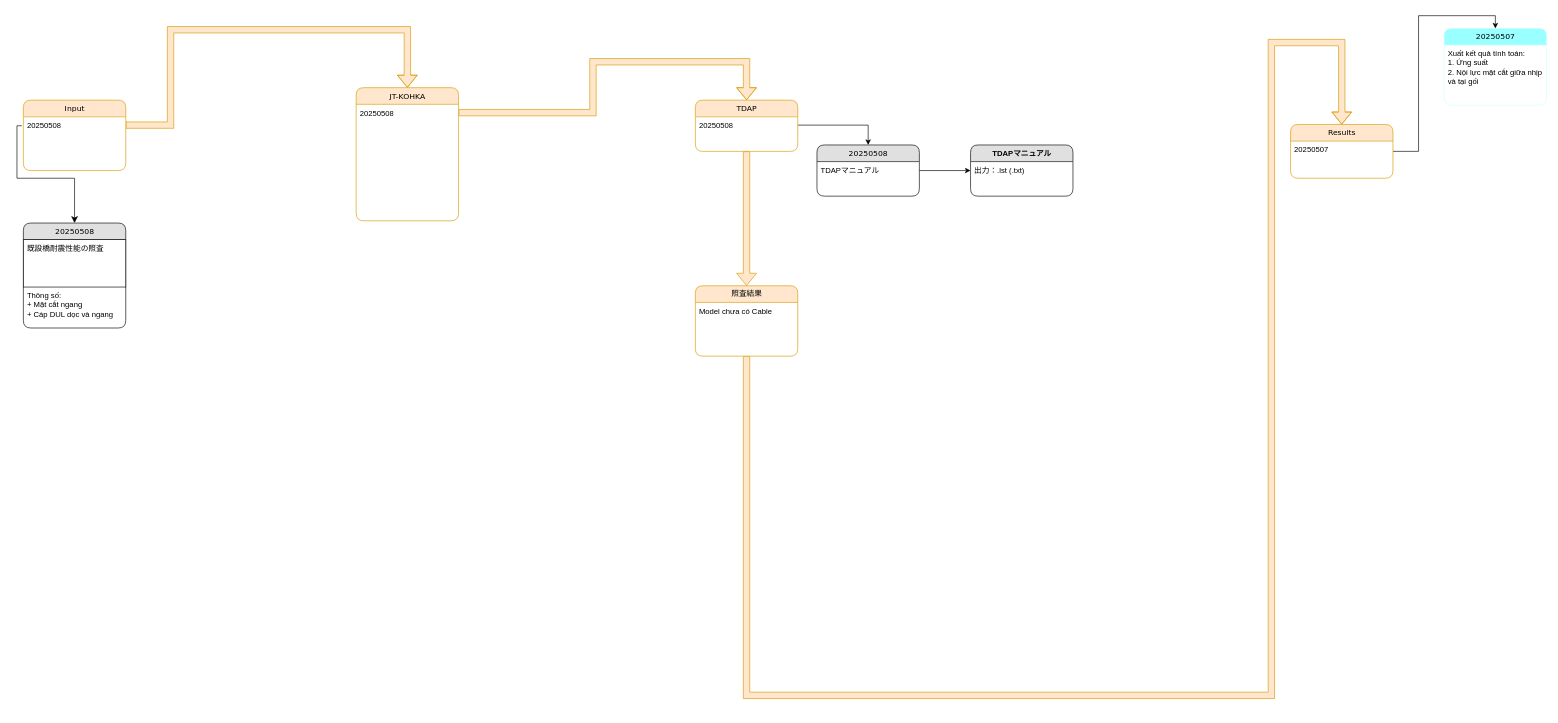
Above: 長大・熊本耐震/耐震設計/Untitled Diagram.drawio in nnh92/Juntos.co (draw.io), before the change. Source tidied: cells renumbered, new cells numbered last; positions are measured from the earlier drawing's top-left corner, leaving out a move shared by most shapes. Both pictures are drawn from the tidied source at 64%, with x=0, y=0 at pixel (23, 28).
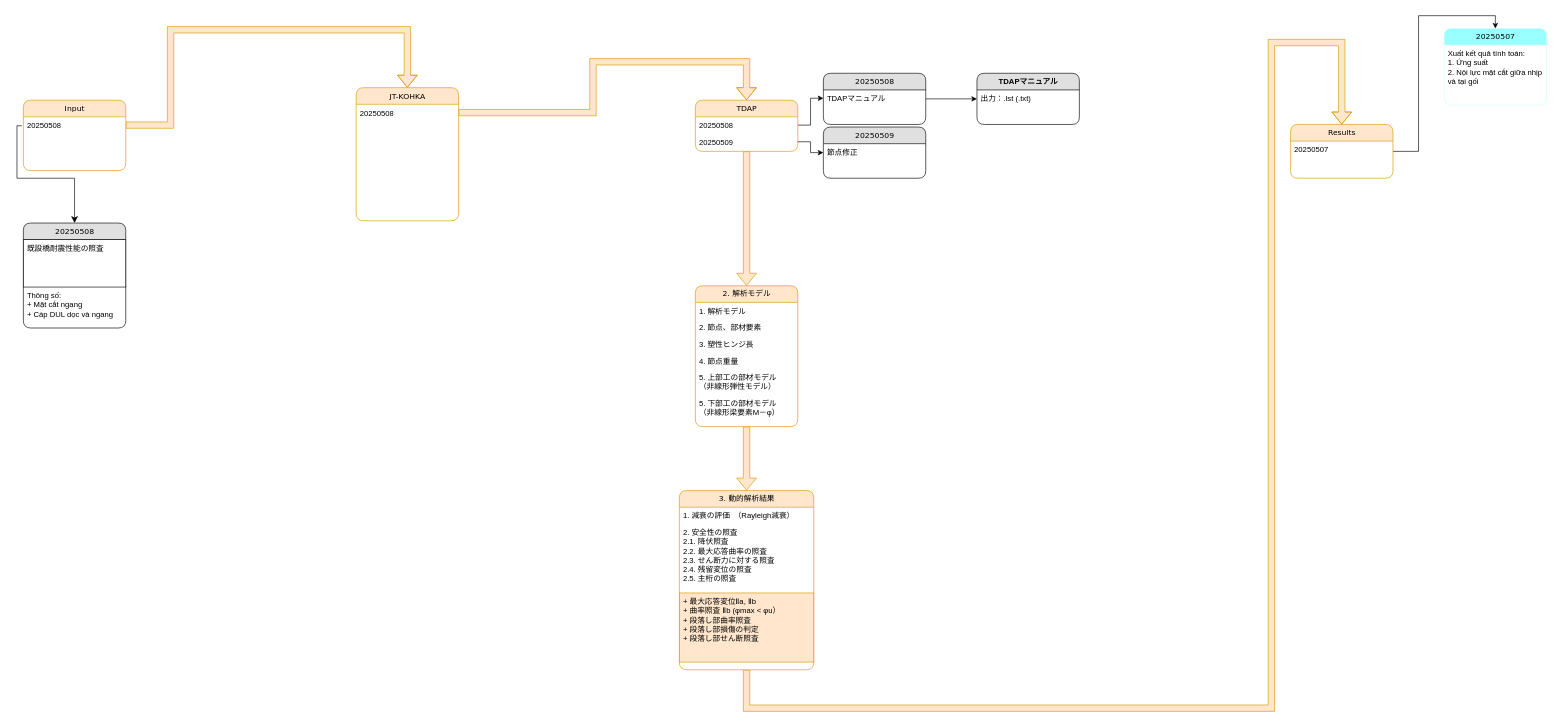
The same page after the edit.

The change refers to these unchanged cells:
```xml
<mxCell id="9" value="Results" style="swimlane;html=1;fontStyle=0;horizontal=1;startSize=26;fillColor=#ffe6cc;swimlaneFillColor=#ffffff;align=center;rounded=1;shadow=0;comic=0;labelBackgroundColor=none;strokeWidth=1;fontFamily=Verdana;fontSize=12;strokeColor=#d79b00;" parent="1" vertex="1">
  <mxGeometry x="1980" y="150" width="160" height="84" as="geometry" />
</mxCell>
<mxCell id="18" value="TDAP" style="swimlane;html=1;fontStyle=0;horizontal=1;startSize=26;fillColor=#ffe6cc;swimlaneFillColor=#ffffff;align=center;rounded=1;shadow=0;comic=0;labelBackgroundColor=none;strokeWidth=1;fontFamily=Verdana;fontSize=12;strokeColor=#d79b00;" parent="1" vertex="1">
  <mxGeometry x="1050" y="112" width="160" height="80" as="geometry" />
</mxCell>
<mxCell id="24" value="TDAPマニュアル" style="text;html=1;strokeColor=none;fillColor=none;spacingLeft=4;spacingRight=4;whiteSpace=wrap;overflow=hidden;points=[[0,0.5],[1,0.5]];portConstraint=eastwest;" parent="23" vertex="1">
  <mxGeometry y="26" width="160" height="26" as="geometry" />
</mxCell>
```

Change to the diagram source:
```diff
@@
-    <mxCell id="12" style="edgeStyle=orthogonalEdgeStyle;html=1;labelBackgroundColor=none;startFill=0;endFill=1;fontFamily=Verdana;fontSize=12;rounded=0;shape=flexArrow;fillColor=#ffe6cc;strokeColor=#d79b00;entryX=0.5;entryY=0;entryDx=0;entryDy=0;exitX=0.5;exitY=1;exitDx=0;exitDy=0;" parent="1" edge="1" source="20" target="9">
+    <mxCell id="12" style="edgeStyle=orthogonalEdgeStyle;html=1;labelBackgroundColor=none;startFill=0;endFill=1;fontFamily=Verdana;fontSize=12;rounded=0;shape=flexArrow;fillColor=#ffe6cc;strokeColor=#d79b00;entryX=0.5;entryY=0;entryDx=0;entryDy=0;exitX=0.5;exitY=1;exitDx=0;exitDy=0;" parent="1" edge="1" source="37" target="9">
       <mxGeometry relative="1" as="geometry">
         <Array as="points">
-          <mxPoint x="1130" y="1042" />
-          <mxPoint x="1950" y="1042" />
+          <mxPoint x="1130" y="1062" />
+          <mxPoint x="1950" y="1062" />
           <mxPoint x="1950" y="22" />
           <mxPoint x="2060" y="22" />
         </Array>
       </mxGeometry>
     </mxCell>
@@
-    <mxCell id="16" style="edgeStyle=orthogonalEdgeStyle;rounded=0;jettySize=auto;html=1;exitX=1;exitY=0.5;exitDx=0;exitDy=0;" parent="1" edge="1" source="19" target="23">
+    <mxCell id="16" style="edgeStyle=orthogonalEdgeStyle;rounded=0;jettySize=auto;html=1;exitX=1;exitY=0.5;exitDx=0;exitDy=0;entryX=0;entryY=0.5;entryDx=0;entryDy=0;" parent="1" edge="1" source="29" target="24">
       <mxGeometry relative="1" as="geometry" />
     </mxCell>
@@
+    <mxCell id="29" value="20250508" style="text;html=1;strokeColor=none;fillColor=none;spacingLeft=4;spacingRight=4;whiteSpace=wrap;overflow=hidden;points=[[0,0.5],[1,0.5]];portConstraint=eastwest;" parent="18" vertex="1">
+      <mxGeometry y="26" width="160" height="26" as="geometry" />
+    </mxCell>
-    <mxCell id="19" value="20250508" style="text;html=1;strokeColor=none;fillColor=none;spacingLeft=4;spacingRight=4;whiteSpace=wrap;overflow=hidden;points=[[0,0.5],[1,0.5]];portConstraint=eastwest;" parent="18" vertex="1">
-      <mxGeometry y="26" width="160" height="26" as="geometry" />
+    <mxCell id="19" value="20250509" style="text;html=1;strokeColor=none;fillColor=none;spacingLeft=4;spacingRight=4;whiteSpace=wrap;overflow=hidden;points=[[0,0.5],[1,0.5]];portConstraint=eastwest;" parent="18" vertex="1">
+      <mxGeometry y="52" width="160" height="26" as="geometry" />
     </mxCell>
+    <mxCell id="30" style="edgeStyle=orthogonalEdgeStyle;rounded=0;jettySize=auto;html=1;shape=flexArrow;fillColor=#ffe6cc;strokeColor=#d79b00;" parent="1" edge="1" source="20" target="37">
+      <mxGeometry relative="1" as="geometry" />
+    </mxCell>
-    <mxCell id="20" value="照査結果" style="swimlane;html=1;fontStyle=0;horizontal=1;startSize=26;fillColor=#ffe6cc;swimlaneFillColor=#ffffff;align=center;rounded=1;shadow=0;comic=0;labelBackgroundColor=none;strokeWidth=1;fontFamily=Verdana;fontSize=12;strokeColor=#d79b00;" parent="1" vertex="1">
-      <mxGeometry x="1050" y="402" width="160" height="110" as="geometry" />
+    <mxCell id="20" value="2. 解析モデル" style="swimlane;html=1;fontStyle=0;horizontal=1;startSize=26;fillColor=#ffe6cc;swimlaneFillColor=#ffffff;align=center;rounded=1;shadow=0;comic=0;labelBackgroundColor=none;strokeWidth=1;fontFamily=Verdana;fontSize=12;strokeColor=#d79b00;" parent="1" vertex="1">
+      <mxGeometry x="1050" y="402" width="160" height="220" as="geometry" />
     </mxCell>
+    <mxCell id="31" value="1. 解析モデル" style="text;html=1;strokeColor=none;fillColor=none;spacingLeft=4;spacingRight=4;whiteSpace=wrap;overflow=hidden;" parent="20" vertex="1">
+      <mxGeometry y="26" width="160" height="26" as="geometry" />
+    </mxCell>
+    <mxCell id="32" value="2. 節点、部材要素" style="text;html=1;strokeColor=none;fillColor=none;spacingLeft=4;spacingRight=4;whiteSpace=wrap;overflow=hidden;" parent="20" vertex="1">
+      <mxGeometry y="52" width="160" height="26" as="geometry" />
+    </mxCell>
+    <mxCell id="33" value="3. 塑性ヒンジ長" style="text;html=1;strokeColor=none;fillColor=none;spacingLeft=4;spacingRight=4;whiteSpace=wrap;overflow=hidden;" parent="20" vertex="1">
+      <mxGeometry y="78" width="160" height="26" as="geometry" />
+    </mxCell>
+    <mxCell id="34" value="4. 節点重量" style="text;html=1;strokeColor=none;fillColor=none;spacingLeft=4;spacingRight=4;whiteSpace=wrap;overflow=hidden;" parent="20" vertex="1">
+      <mxGeometry y="104" width="160" height="26" as="geometry" />
+    </mxCell>
+    <mxCell id="35" value="5. 上部工の部材モデル&lt;br&gt;（非線形弾性モデル）" style="text;html=1;strokeColor=none;fillColor=none;spacingLeft=4;spacingRight=4;whiteSpace=wrap;overflow=hidden;" parent="20" vertex="1">
+      <mxGeometry y="130" width="160" height="40" as="geometry" />
+    </mxCell>
-    <mxCell id="21" value="Model chưa có Cable" style="text;html=1;strokeColor=none;fillColor=none;spacingLeft=4;spacingRight=4;whiteSpace=wrap;overflow=hidden;" parent="20" vertex="1">
-      <mxGeometry y="26" width="160" height="26" as="geometry" />
+    <mxCell id="21" value="5. 下部工の部材モデル&lt;br&gt;（非線形梁要素M－φ）" style="text;html=1;strokeColor=none;fillColor=none;spacingLeft=4;spacingRight=4;whiteSpace=wrap;overflow=hidden;" parent="20" vertex="1">
+      <mxGeometry y="170" width="160" height="40" as="geometry" />
     </mxCell>
@@
+    <mxCell id="36" style="edgeStyle=orthogonalEdgeStyle;rounded=0;jettySize=auto;html=1;exitX=1;exitY=0.5;exitDx=0;exitDy=0;" parent="1" edge="1" source="19" target="41">
+      <mxGeometry relative="1" as="geometry" />
+    </mxCell>
     <mxCell id="23" value="20250508" style="swimlane;html=1;fontStyle=0;horizontal=1;startSize=26;fillColor=#e0e0e0;swimlaneFillColor=#ffffff;align=center;rounded=1;shadow=0;comic=0;labelBackgroundColor=none;strokeWidth=1;fontFamily=Verdana;fontSize=12;" parent="1" vertex="1">
-      <mxGeometry x="1240" y="182" width="160" height="80" as="geometry" />
+      <mxGeometry x="1250" y="70" width="160" height="80" as="geometry" />
     </mxCell>
@@
     <mxCell id="27" value="TDAPマニュアル" style="swimlane;html=1;horizontal=1;startSize=26;fillColor=#e0e0e0;swimlaneFillColor=#ffffff;align=center;rounded=1;shadow=0;comic=0;strokeWidth=1;" parent="1" vertex="1">
-      <mxGeometry x="1480" y="182" width="160" height="80" as="geometry" />
+      <mxGeometry x="1490" y="70" width="160" height="80" as="geometry" />
     </mxCell>
@@
+    <mxCell id="37" value="3. 動的解析結果" style="swimlane;html=1;fontStyle=0;horizontal=1;startSize=26;fillColor=#ffe6cc;swimlaneFillColor=#ffffff;align=center;rounded=1;shadow=0;comic=0;labelBackgroundColor=none;strokeWidth=1;fontFamily=Verdana;fontSize=12;strokeColor=#d79b00;" parent="1" vertex="1">
+      <mxGeometry x="1025" y="722" width="210" height="280" as="geometry" />
+    </mxCell>
+    <mxCell id="38" value="1. 減衰の評価　（Rayleigh減衰）" style="text;html=1;strokeColor=none;fillColor=none;spacingLeft=4;spacingRight=4;whiteSpace=wrap;overflow=hidden;" parent="37" vertex="1">
+      <mxGeometry y="26" width="210" height="26" as="geometry" />
+    </mxCell>
+    <mxCell id="39" value="2. 安全性の照査&lt;div&gt;2.1. 降伏照査&lt;/div&gt;&lt;div&gt;2.2. 最大応答曲率の照査&lt;/div&gt;&lt;div&gt;2.3. せん断力に対する照査&lt;/div&gt;&lt;div&gt;2.4. 残留変位の照査&lt;/div&gt;&lt;div&gt;2.5.&amp;nbsp;&lt;span style=&quot;background-color: transparent; color: light-dark(rgb(0, 0, 0), rgb(255, 255, 255));&quot;&gt;主桁の照査&lt;/span&gt;&lt;/div&gt;" style="text;html=1;spacingLeft=4;spacingRight=4;whiteSpace=wrap;overflow=hidden;" parent="37" vertex="1">
+      <mxGeometry y="52" width="210" height="108" as="geometry" />
+    </mxCell>
+    <mxCell id="40" value="+ 最大応答変位Ⅱa, Ⅱb&lt;div&gt;+ 曲率照査 Ⅱb (φmax &amp;lt; φu）&lt;/div&gt;&lt;div&gt;+ 段落し部曲率照査&lt;/div&gt;&lt;div&gt;+ 段落し部損傷の判定&lt;/div&gt;&lt;div&gt;+ 段落し部せん断照査&lt;/div&gt;" style="text;html=1;strokeColor=#d79b00;fillColor=#ffe6cc;spacingLeft=4;spacingRight=4;whiteSpace=wrap;overflow=hidden;" parent="37" vertex="1">
+      <mxGeometry y="160" width="210" height="108" as="geometry" />
+    </mxCell>
+    <mxCell id="41" value="20250509" style="swimlane;html=1;fontStyle=0;horizontal=1;startSize=26;fillColor=#e0e0e0;swimlaneFillColor=#ffffff;align=center;rounded=1;shadow=0;comic=0;labelBackgroundColor=none;strokeWidth=1;fontFamily=Verdana;fontSize=12;" parent="1" vertex="1">
+      <mxGeometry x="1250" y="154" width="160" height="80" as="geometry" />
+    </mxCell>
+    <mxCell id="42" value="節点修正" style="text;html=1;strokeColor=none;fillColor=none;spacingLeft=4;spacingRight=4;whiteSpace=wrap;overflow=hidden;" parent="41" vertex="1">
+      <mxGeometry y="26" width="160" height="26" as="geometry" />
+    </mxCell>
```
